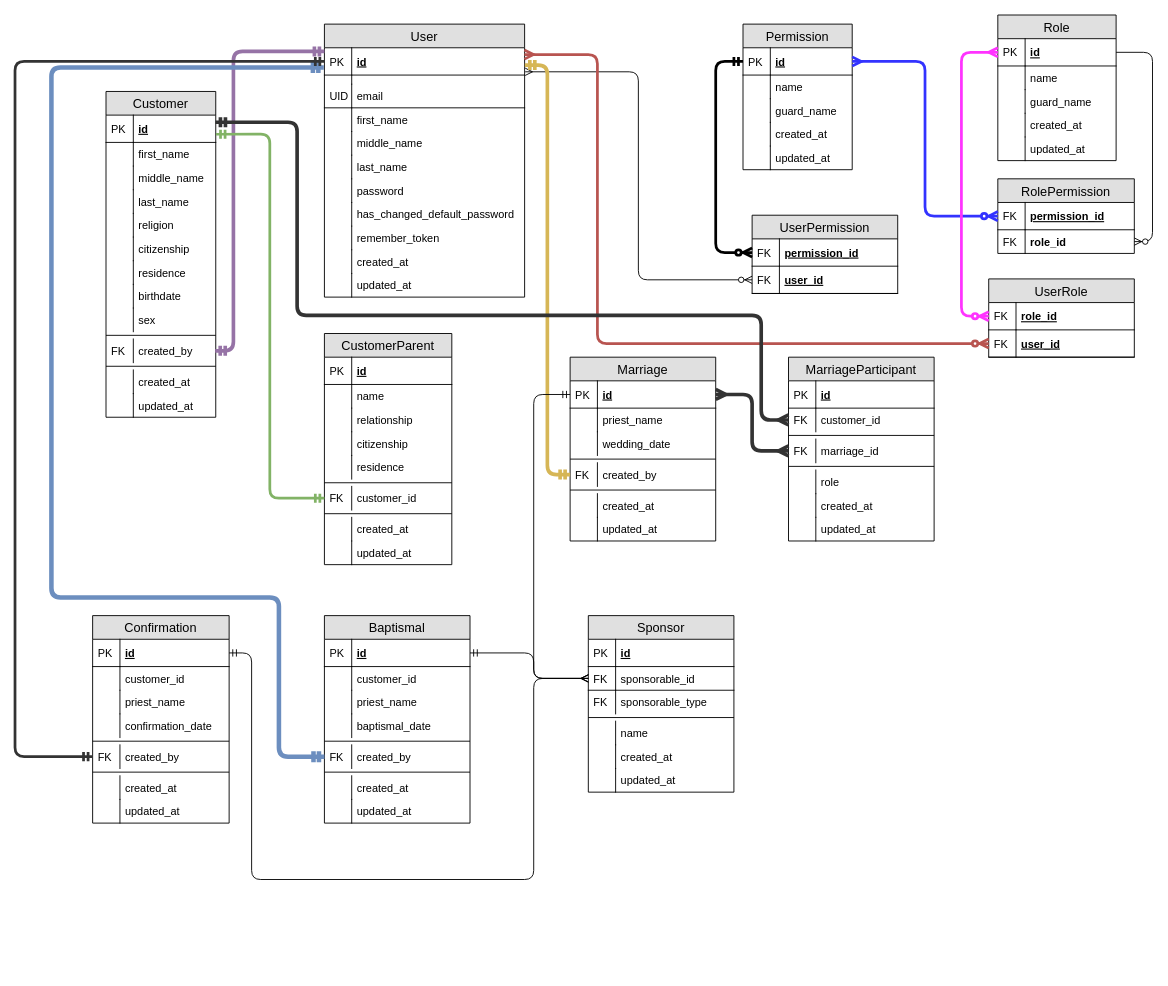
Earlier version of the draw.io diagram Untitled Diagram.drawio (suicodave/CkParish). Source tidied: cells renumbered, new cells numbered last; positions are measured from the earlier drawing's top-left corner, leaving out a move shared by most shapes. Both pictures are drawn from the tidied source at 91%, with x=0, y=0 at pixel (15, 15).
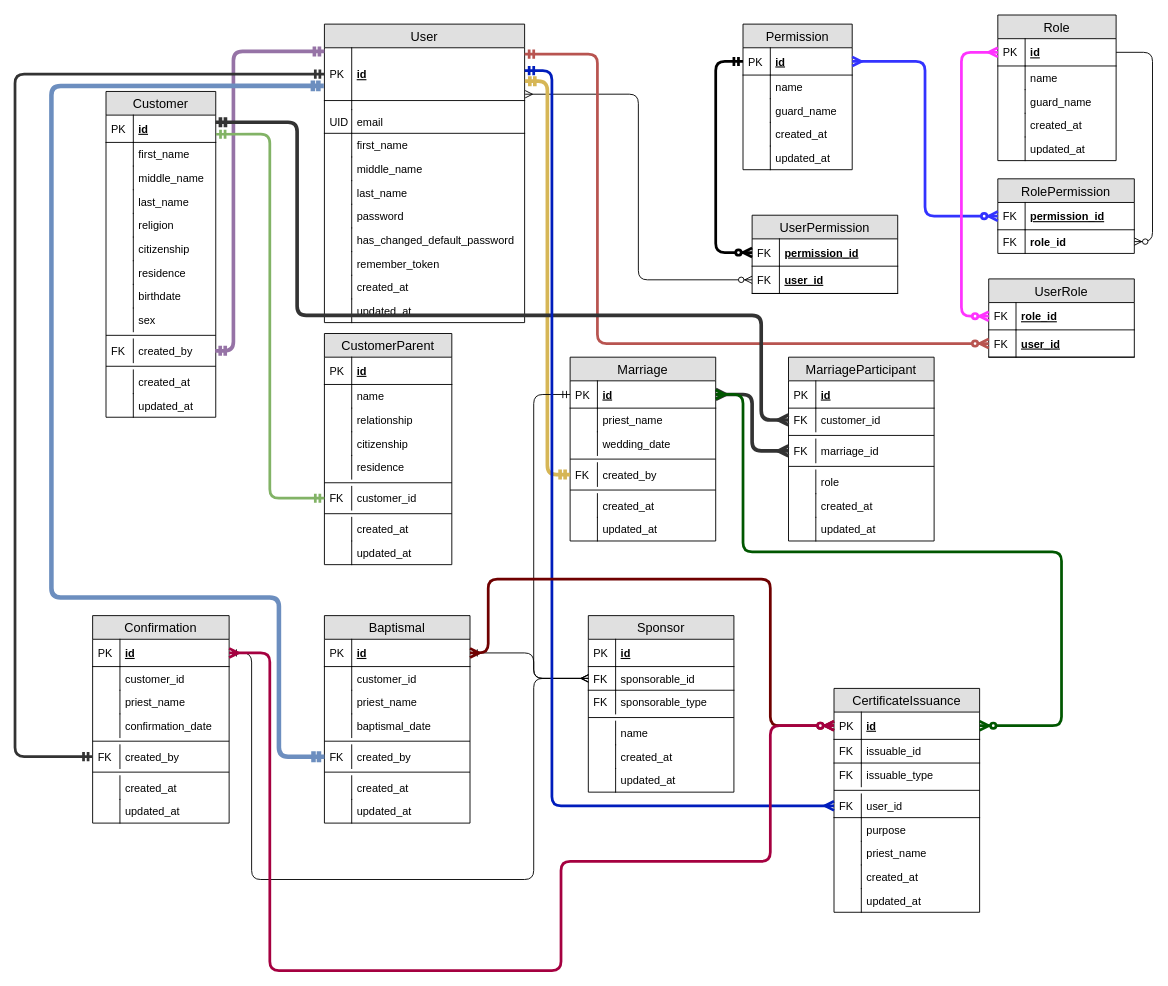
Above is the later version.

Commit message:
added cert issuance

Unchanged cells that the change refers to:
```xml
<mxCell id="62" value="user_id" style="shape=partialRectangle;top=0;left=0;right=0;bottom=1;align=left;verticalAlign=middle;fillColor=none;spacingLeft=34;spacingRight=4;overflow=hidden;points=[[0,0.5],[1,0.5]];portConstraint=eastwest;fontStyle=5;fontSize=12;" parent="59" vertex="1">
  <mxGeometry y="56" width="160" height="30" as="geometry" />
</mxCell>
<mxCell id="117" value="id" style="shape=partialRectangle;top=0;left=0;right=0;bottom=1;align=left;verticalAlign=middle;fillColor=none;spacingLeft=34;spacingRight=4;overflow=hidden;points=[[0,0.5],[1,0.5]];portConstraint=eastwest;fontStyle=5;fontSize=12;" parent="116" vertex="1">
  <mxGeometry y="26" width="160" height="30" as="geometry" />
</mxCell>
<mxCell id="126" value="created_by" style="shape=partialRectangle;top=0;left=0;right=0;bottom=0;align=left;verticalAlign=top;fillColor=none;spacingLeft=34;spacingRight=4;overflow=hidden;points=[[0,0.5],[1,0.5]];portConstraint=eastwest;fontSize=12;" parent="116" vertex="1">
  <mxGeometry y="142" width="160" height="26" as="geometry" />
</mxCell>
<mxCell id="135" value="id" style="shape=partialRectangle;top=0;left=0;right=0;bottom=1;align=left;verticalAlign=middle;fillColor=none;spacingLeft=34;spacingRight=4;overflow=hidden;points=[[0,0.5],[1,0.5]];portConstraint=eastwest;fontStyle=5;fontSize=12;" parent="134" vertex="1">
  <mxGeometry y="26" width="150" height="30" as="geometry" />
</mxCell>
<mxCell id="144" value="created_by" style="shape=partialRectangle;top=0;left=0;right=0;bottom=0;align=left;verticalAlign=top;fillColor=none;spacingLeft=34;spacingRight=4;overflow=hidden;points=[[0,0.5],[1,0.5]];portConstraint=eastwest;fontSize=12;" parent="134" vertex="1">
  <mxGeometry y="142" width="150" height="26" as="geometry" />
</mxCell>
<mxCell id="153" value="id" style="shape=partialRectangle;top=0;left=0;right=0;bottom=1;align=left;verticalAlign=middle;fillColor=none;spacingLeft=34;spacingRight=4;overflow=hidden;points=[[0,0.5],[1,0.5]];portConstraint=eastwest;fontStyle=5;fontSize=12;" parent="152" vertex="1">
  <mxGeometry y="26" width="160" height="30" as="geometry" />
</mxCell>
```

Change to the diagram source:
```diff
@@
     <mxCell id="2" value="User" style="swimlane;fontStyle=0;horizontal=1;startSize=26;fillColor=#e0e0e0;swimlaneFillColor=#ffffff;align=center;fontSize=14;" parent="1" vertex="1">
-      <mxGeometry x="340" y="10" width="220" height="300" as="geometry" />
+      <mxGeometry x="340" y="10" width="220" height="328" as="geometry" />
     </mxCell>
     <mxCell id="3" value="id" style="shape=partialRectangle;top=0;left=0;right=0;bottom=1;align=left;verticalAlign=middle;fillColor=none;spacingLeft=34;spacingRight=4;overflow=hidden;points=[[0,0.5],[1,0.5]];portConstraint=eastwest;fontStyle=5;fontSize=12;" parent="2" vertex="1">
-      <mxGeometry y="26" width="220" height="30" as="geometry" />
+      <mxGeometry y="26" width="220" height="58" as="geometry" />
     </mxCell>
     <mxCell id="4" value="PK" style="shape=partialRectangle;top=0;left=0;bottom=0;fillColor=none;align=left;verticalAlign=middle;spacingLeft=4;spacingRight=4;overflow=hidden;fontSize=12;" parent="3" vertex="1">
-      <mxGeometry width="30" height="30" as="geometry" />
+      <mxGeometry width="30" height="58" as="geometry" />
     </mxCell>
     <mxCell id="5" style="shape=partialRectangle;top=0;left=0;right=0;bottom=0;align=left;verticalAlign=top;fillColor=none;spacingLeft=34;spacingRight=4;overflow=hidden;fontSize=12;" parent="2" vertex="1">
-      <mxGeometry y="56" width="220" height="10" as="geometry" />
+      <mxGeometry y="84" width="220" height="10" as="geometry" />
     </mxCell>
@@
     <mxCell id="7" value="email" style="shape=partialRectangle;top=0;left=0;right=0;bottom=1;align=left;verticalAlign=top;fillColor=none;spacingLeft=34;spacingRight=4;overflow=hidden;fontSize=12;" parent="2" vertex="1">
-      <mxGeometry y="66" width="220" height="26" as="geometry" />
+      <mxGeometry y="94" width="220" height="26" as="geometry" />
     </mxCell>
@@
     <mxCell id="9" value="first_name" style="shape=partialRectangle;top=0;left=0;right=0;bottom=0;align=left;verticalAlign=top;fillColor=none;spacingLeft=34;spacingRight=4;overflow=hidden;fontSize=12;" parent="2" vertex="1">
-      <mxGeometry y="92" width="220" height="26" as="geometry" />
+      <mxGeometry y="120" width="220" height="26" as="geometry" />
     </mxCell>
@@
     <mxCell id="11" value="middle_name" style="shape=partialRectangle;top=0;left=0;right=0;bottom=0;align=left;verticalAlign=top;fillColor=none;spacingLeft=34;spacingRight=4;overflow=hidden;fontSize=12;" parent="2" vertex="1">
-      <mxGeometry y="118" width="220" height="26" as="geometry" />
+      <mxGeometry y="146" width="220" height="26" as="geometry" />
     </mxCell>
@@
     <mxCell id="13" value="last_name" style="shape=partialRectangle;top=0;left=0;right=0;bottom=0;align=left;verticalAlign=top;fillColor=none;spacingLeft=34;spacingRight=4;overflow=hidden;fontSize=12;" parent="2" vertex="1">
-      <mxGeometry y="144" width="220" height="26" as="geometry" />
+      <mxGeometry y="172" width="220" height="26" as="geometry" />
     </mxCell>
@@
     <mxCell id="15" value="password" style="shape=partialRectangle;top=0;left=0;right=0;bottom=0;align=left;verticalAlign=top;fillColor=none;spacingLeft=34;spacingRight=4;overflow=hidden;fontSize=12;" parent="2" vertex="1">
-      <mxGeometry y="170" width="220" height="26" as="geometry" />
+      <mxGeometry y="198" width="220" height="26" as="geometry" />
     </mxCell>
@@
     <mxCell id="17" value="has_changed_default_password" style="shape=partialRectangle;top=0;left=0;right=0;bottom=0;align=left;verticalAlign=top;fillColor=none;spacingLeft=34;spacingRight=4;overflow=hidden;fontSize=12;" parent="2" vertex="1">
-      <mxGeometry y="196" width="220" height="26" as="geometry" />
+      <mxGeometry y="224" width="220" height="26" as="geometry" />
     </mxCell>
@@
     <mxCell id="19" value="remember_token" style="shape=partialRectangle;top=0;left=0;right=0;bottom=0;align=left;verticalAlign=top;fillColor=none;spacingLeft=34;spacingRight=4;overflow=hidden;fontSize=12;" parent="2" vertex="1">
-      <mxGeometry y="222" width="220" height="26" as="geometry" />
+      <mxGeometry y="250" width="220" height="26" as="geometry" />
     </mxCell>
@@
     <mxCell id="21" value="created_at" style="shape=partialRectangle;top=0;left=0;right=0;bottom=0;align=left;verticalAlign=top;fillColor=none;spacingLeft=34;spacingRight=4;overflow=hidden;fontSize=12;" parent="2" vertex="1">
-      <mxGeometry y="248" width="220" height="26" as="geometry" />
+      <mxGeometry y="276" width="220" height="26" as="geometry" />
     </mxCell>
@@
     <mxCell id="23" value="updated_at" style="shape=partialRectangle;top=0;left=0;right=0;bottom=0;align=left;verticalAlign=top;fillColor=none;spacingLeft=34;spacingRight=4;overflow=hidden;fontSize=12;" parent="2" vertex="1">
-      <mxGeometry y="274" width="220" height="26" as="geometry" />
+      <mxGeometry y="302" width="220" height="26" as="geometry" />
     </mxCell>
@@
-    <mxCell id="65" style="edgeStyle=orthogonalEdgeStyle;rounded=1;jettySize=auto;html=1;entryX=0;entryY=0.5;entryDx=0;entryDy=0;endArrow=ERzeroToMany;endFill=1;fillColor=#f8cecc;strokeColor=#b85450;strokeWidth=3;startArrow=ERmany;startFill=0;exitX=0.999;exitY=0.25;exitDx=0;exitDy=0;exitPerimeter=0;" parent="1" edge="1" source="3" target="62">
+    <mxCell id="65" style="edgeStyle=orthogonalEdgeStyle;rounded=1;jettySize=auto;html=1;entryX=0;entryY=0.5;entryDx=0;entryDy=0;endArrow=ERzeroToMany;endFill=1;fillColor=#f8cecc;strokeColor=#b85450;strokeWidth=3;startArrow=ERmandOne;startFill=0;" parent="1" edge="1" source="3" target="62">
       <mxGeometry relative="1" as="geometry">
         <Array as="points">
           <mxPoint x="640" y="43" />
           <mxPoint x="640" y="361" />
         </Array>
       </mxGeometry>
     </mxCell>
@@
     <mxCell id="133" style="edgeStyle=orthogonalEdgeStyle;rounded=1;jettySize=auto;html=1;startArrow=ERmandOne;startFill=0;endArrow=ERmandOne;endFill=0;strokeColor=#6c8ebf;strokeWidth=5;fontSize=9;fillColor=#dae8fc;exitX=-0.003;exitY=0.722;exitDx=0;exitDy=0;exitPerimeter=0;entryX=0;entryY=0.5;entryDx=0;entryDy=0;" parent="1" edge="1" source="3" target="126">
       <mxGeometry relative="1" as="geometry">
         <Array as="points">
-          <mxPoint x="40" y="58" />
+          <mxPoint x="40" y="78" />
           <mxPoint x="40" y="640" />
           <mxPoint x="290" y="640" />
           <mxPoint x="290" y="815" />
         </Array>
       </mxGeometry>
     </mxCell>
@@
     <mxCell id="151" style="edgeStyle=orthogonalEdgeStyle;rounded=1;jettySize=auto;html=1;exitX=0;exitY=0.5;exitDx=0;exitDy=0;entryX=0;entryY=0.5;entryDx=0;entryDy=0;startArrow=ERmandOne;startFill=0;endArrow=ERmandOne;endFill=0;strokeColor=#333333;strokeWidth=3;fontSize=9;" parent="1" edge="1" source="3" target="144">
       <mxGeometry relative="1" as="geometry">
         <Array as="points">
-          <mxPoint y="51" />
+          <mxPoint y="65" />
           <mxPoint y="815" />
         </Array>
       </mxGeometry>
     </mxCell>
@@
+    <mxCell id="202" value="CertificateIssuance" style="swimlane;fontStyle=0;horizontal=1;startSize=26;fillColor=#e0e0e0;swimlaneFillColor=#ffffff;align=center;fontSize=14;shadow=0;comic=0;strokeColor=#000000;strokeWidth=1;" parent="1" vertex="1">
+      <mxGeometry x="900" y="740" width="160" height="246" as="geometry" />
+    </mxCell>
+    <mxCell id="203" value="id" style="shape=partialRectangle;top=0;left=0;right=0;bottom=1;align=left;verticalAlign=middle;fillColor=none;spacingLeft=34;spacingRight=4;overflow=hidden;points=[[0,0.5],[1,0.5]];portConstraint=eastwest;fontStyle=5;fontSize=12;" parent="202" vertex="1">
+      <mxGeometry y="26" width="160" height="30" as="geometry" />
+    </mxCell>
+    <mxCell id="204" value="PK" style="shape=partialRectangle;top=0;left=0;bottom=0;fillColor=none;align=left;verticalAlign=middle;spacingLeft=4;spacingRight=4;overflow=hidden;fontSize=12;" parent="203" vertex="1">
+      <mxGeometry width="30" height="30" as="geometry" />
+    </mxCell>
+    <mxCell id="205" value="issuable_id" style="shape=partialRectangle;top=0;left=0;right=0;bottom=1;align=left;verticalAlign=top;fillColor=none;spacingLeft=34;spacingRight=4;overflow=hidden;fontSize=12;" parent="202" vertex="1">
+      <mxGeometry y="56" width="160" height="26" as="geometry" />
+    </mxCell>
+    <mxCell id="206" value="FK" style="shape=partialRectangle;top=0;left=0;bottom=0;fillColor=none;align=left;verticalAlign=top;spacingLeft=4;spacingRight=4;overflow=hidden;fontSize=12;" parent="205" vertex="1">
+      <mxGeometry width="30" height="26" as="geometry" />
+    </mxCell>
+    <mxCell id="207" value="issuable_type" style="shape=partialRectangle;top=0;left=0;right=0;bottom=0;align=left;verticalAlign=top;fillColor=none;spacingLeft=34;spacingRight=4;overflow=hidden;fontSize=12;" parent="202" vertex="1">
+      <mxGeometry y="82" width="160" height="26" as="geometry" />
+    </mxCell>
+    <mxCell id="208" value="FK" style="shape=partialRectangle;top=0;left=0;bottom=0;fillColor=none;align=left;verticalAlign=top;spacingLeft=4;spacingRight=4;overflow=hidden;fontSize=12;" parent="207" vertex="1">
+      <mxGeometry width="30" height="26" as="geometry" />
+    </mxCell>
+    <mxCell id="209" style="line;strokeWidth=1;fillColor=none;align=left;verticalAlign=middle;spacingTop=-1;spacingLeft=3;spacingRight=3;labelPosition=right;fontSize=12;shadow=0;comic=0;" parent="202" vertex="1">
+      <mxGeometry y="108" width="160" height="8" as="geometry" />
+    </mxCell>
+    <mxCell id="210" value="user_id" style="shape=partialRectangle;top=0;left=0;right=0;bottom=1;align=left;verticalAlign=top;fillColor=none;spacingLeft=34;spacingRight=4;overflow=hidden;points=[[0,0.5],[1,0.5]];portConstraint=eastwest;fontSize=12;" parent="202" vertex="1">
+      <mxGeometry y="116" width="160" height="26" as="geometry" />
+    </mxCell>
+    <mxCell id="211" value="FK" style="shape=partialRectangle;top=0;left=0;bottom=0;fillColor=none;align=left;verticalAlign=top;spacingLeft=4;spacingRight=4;overflow=hidden;fontSize=12;" parent="210" vertex="1">
+      <mxGeometry width="30" height="26" as="geometry" />
+    </mxCell>
+    <mxCell id="212" value="purpose" style="shape=partialRectangle;top=0;left=0;right=0;bottom=0;align=left;verticalAlign=top;fillColor=none;spacingLeft=34;spacingRight=4;overflow=hidden;fontSize=12;" parent="202" vertex="1">
+      <mxGeometry y="142" width="160" height="26" as="geometry" />
+    </mxCell>
+    <mxCell id="213" style="shape=partialRectangle;top=0;left=0;bottom=0;fillColor=none;align=left;verticalAlign=top;spacingLeft=4;spacingRight=4;overflow=hidden;fontSize=12;" parent="212" vertex="1">
+      <mxGeometry width="30" height="26" as="geometry" />
+    </mxCell>
+    <mxCell id="214" value="priest_name" style="shape=partialRectangle;top=0;left=0;right=0;bottom=0;align=left;verticalAlign=top;fillColor=none;spacingLeft=34;spacingRight=4;overflow=hidden;fontSize=12;" parent="202" vertex="1">
+      <mxGeometry y="168" width="160" height="26" as="geometry" />
+    </mxCell>
+    <mxCell id="215" style="shape=partialRectangle;top=0;left=0;bottom=0;fillColor=none;align=left;verticalAlign=top;spacingLeft=4;spacingRight=4;overflow=hidden;fontSize=12;" parent="214" vertex="1">
+      <mxGeometry width="30" height="26" as="geometry" />
+    </mxCell>
+    <mxCell id="216" value="created_at" style="shape=partialRectangle;top=0;left=0;right=0;bottom=0;align=left;verticalAlign=top;fillColor=none;spacingLeft=34;spacingRight=4;overflow=hidden;fontSize=12;" parent="202" vertex="1">
+      <mxGeometry y="194" width="160" height="26" as="geometry" />
+    </mxCell>
+    <mxCell id="217" style="shape=partialRectangle;top=0;left=0;bottom=0;fillColor=none;align=left;verticalAlign=top;spacingLeft=4;spacingRight=4;overflow=hidden;fontSize=12;" parent="216" vertex="1">
+      <mxGeometry width="30" height="26" as="geometry" />
+    </mxCell>
+    <mxCell id="218" value="updated_at" style="shape=partialRectangle;top=0;left=0;right=0;bottom=0;align=left;verticalAlign=top;fillColor=none;spacingLeft=34;spacingRight=4;overflow=hidden;fontSize=12;" parent="202" vertex="1">
+      <mxGeometry y="220" width="160" height="26" as="geometry" />
+    </mxCell>
+    <mxCell id="219" style="shape=partialRectangle;top=0;left=0;bottom=0;fillColor=none;align=left;verticalAlign=top;spacingLeft=4;spacingRight=4;overflow=hidden;fontSize=12;" parent="218" vertex="1">
+      <mxGeometry width="30" height="26" as="geometry" />
+    </mxCell>
+    <mxCell id="220" style="edgeStyle=orthogonalEdgeStyle;rounded=1;jettySize=auto;html=1;entryX=0;entryY=0.5;entryDx=0;entryDy=0;startArrow=ERmandOne;startFill=0;endArrow=ERmany;endFill=0;fillColor=#0050ef;strokeColor=#001DBC;strokeWidth=3;exitX=1;exitY=0.432;exitDx=0;exitDy=0;exitPerimeter=0;" parent="1" edge="1" source="3" target="210">
+      <mxGeometry relative="1" as="geometry">
+        <Array as="points">
+          <mxPoint x="590" y="61" />
+          <mxPoint x="590" y="869" />
+        </Array>
+      </mxGeometry>
+    </mxCell>
+    <mxCell id="221" style="edgeStyle=orthogonalEdgeStyle;rounded=1;jettySize=auto;html=1;exitX=1;exitY=0.5;exitDx=0;exitDy=0;entryX=0;entryY=0.5;entryDx=0;entryDy=0;startArrow=ERmany;startFill=0;endArrow=ERzeroToMany;endFill=1;strokeWidth=3;fillColor=#a20025;strokeColor=#6F0000;" parent="1" edge="1" source="117" target="203">
+      <mxGeometry relative="1" as="geometry">
+        <Array as="points">
+          <mxPoint x="520" y="701" />
+          <mxPoint x="520" y="620" />
+          <mxPoint x="830" y="620" />
+          <mxPoint x="830" y="781" />
+        </Array>
+      </mxGeometry>
+    </mxCell>
+    <mxCell id="222" style="edgeStyle=orthogonalEdgeStyle;rounded=1;jettySize=auto;html=1;exitX=1;exitY=0.5;exitDx=0;exitDy=0;entryX=0;entryY=0.5;entryDx=0;entryDy=0;startArrow=ERmany;startFill=0;endArrow=ERzeroToMany;endFill=1;strokeWidth=3;fillColor=#d80073;strokeColor=#A50040;" parent="1" edge="1" source="135" target="203">
+      <mxGeometry relative="1" as="geometry">
+        <Array as="points">
+          <mxPoint x="280" y="701" />
+          <mxPoint x="280" y="1050" />
+          <mxPoint x="600" y="1050" />
+          <mxPoint x="600" y="930" />
+          <mxPoint x="830" y="930" />
+          <mxPoint x="830" y="781" />
+        </Array>
+      </mxGeometry>
+    </mxCell>
+    <mxCell id="223" style="edgeStyle=orthogonalEdgeStyle;rounded=1;jettySize=auto;html=1;exitX=1;exitY=0.5;exitDx=0;exitDy=0;startArrow=ERmany;startFill=0;endArrow=ERzeroToMany;endFill=1;strokeWidth=3;fillColor=#008a00;strokeColor=#005700;" parent="1" edge="1" source="153" target="203">
+      <mxGeometry relative="1" as="geometry">
+        <Array as="points">
+          <mxPoint x="800" y="417" />
+          <mxPoint x="800" y="590" />
+          <mxPoint x="1150" y="590" />
+          <mxPoint x="1150" y="781" />
+        </Array>
+      </mxGeometry>
+    </mxCell>
```
